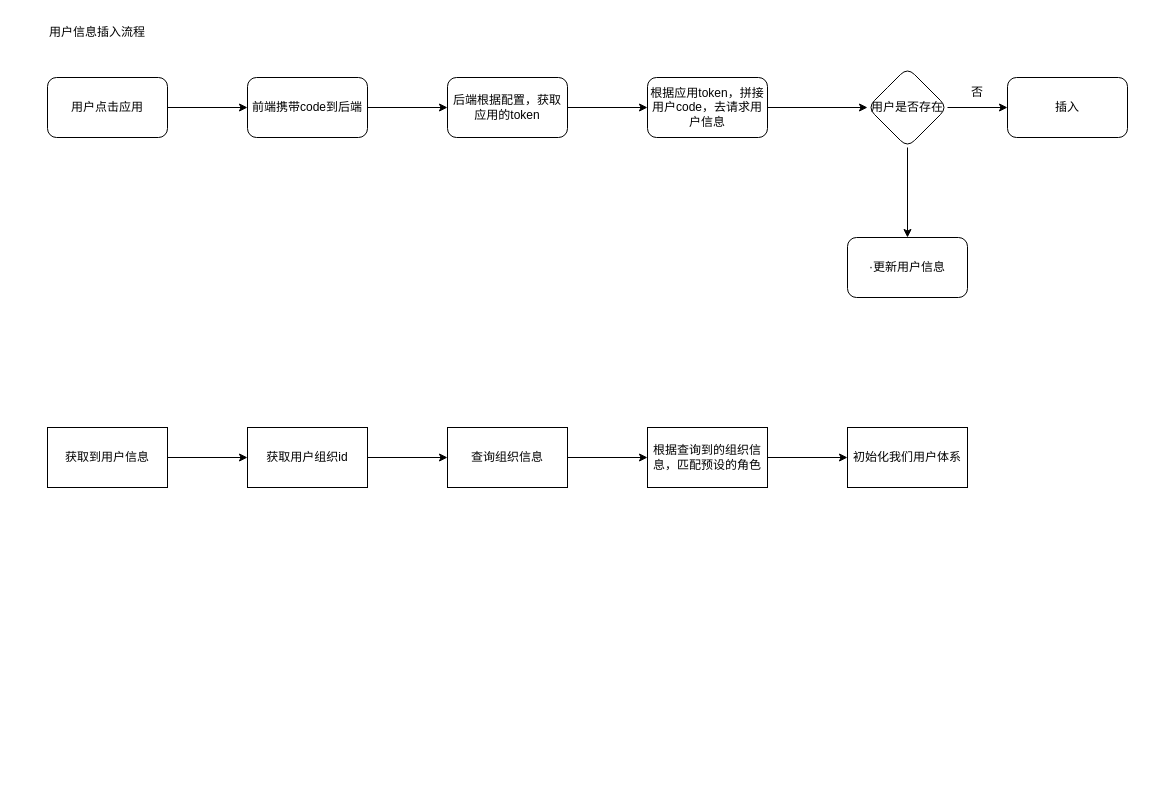
Above: qh/一体化平台门户.drawio in shaominghuiwhatsup/graph (draw.io), before the change. Source tidied: cells renumbered, new cells numbered last; positions are measured from the earlier drawing's top-left corner, leaving out a move shared by most shapes. Both pictures are drawn from the tidied source at 100%, with x=0, y=0 at pixel (17, 17).
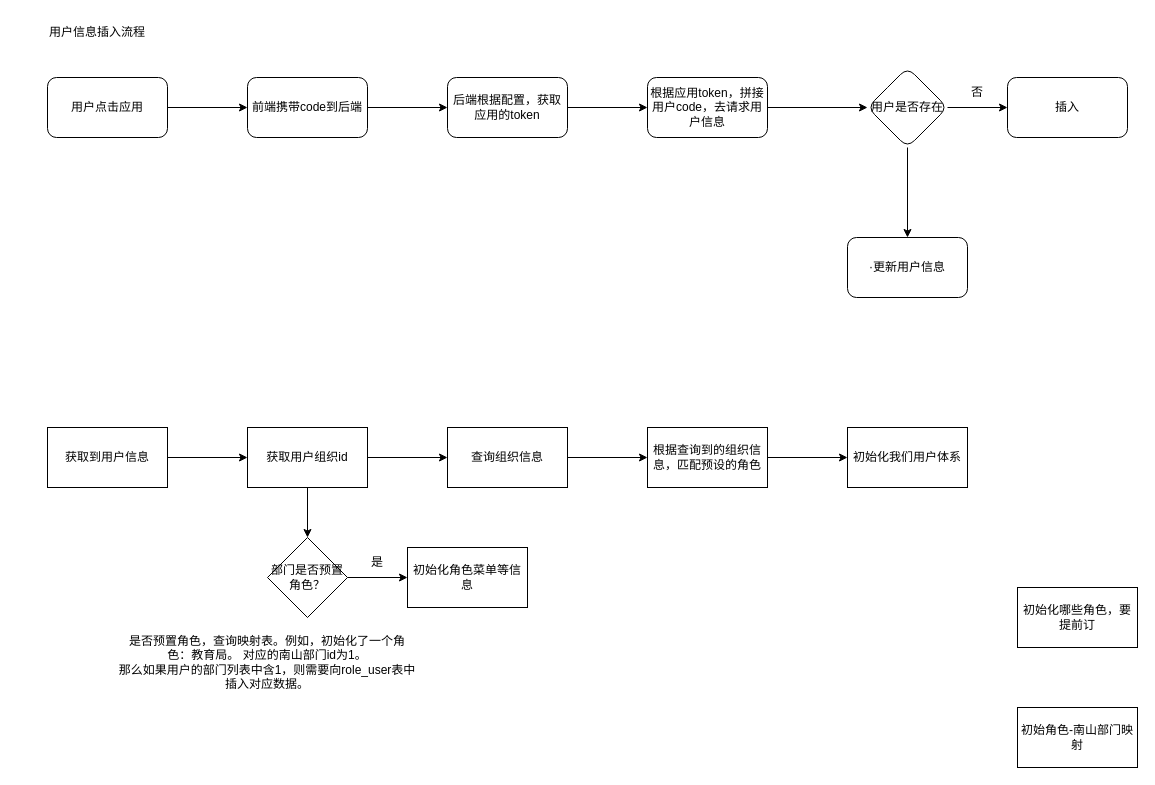
The same page after the edit.

Commit message:
更新一体化平台门户.drawio

Unchanged cells that the change refers to:
```xml
<mxCell id="20" value="获取用户组织id" style="whiteSpace=wrap;html=1;rounded=0;" parent="1" vertex="1">
  <mxGeometry x="230" y="410" width="120" height="60" as="geometry" />
</mxCell>
```

Diff of the diagram source:
```diff
@@
+    <mxCell id="26" style="edgeStyle=orthogonalEdgeStyle;rounded=0;jettySize=auto;html=1;exitX=0.5;exitY=1;exitDx=0;exitDy=0;" parent="1" edge="1" source="20" target="30">
+      <mxGeometry relative="1" as="geometry" />
+    </mxCell>
@@
+    <mxCell id="27" value="初始化哪些角色，要提前订" style="rounded=0;whiteSpace=wrap;html=1;" parent="1" vertex="1">
+      <mxGeometry x="1000" y="570" width="120" height="60" as="geometry" />
+    </mxCell>
+    <mxCell id="28" value="初始角色-南山部门映射" style="rounded=0;whiteSpace=wrap;html=1;" parent="1" vertex="1">
+      <mxGeometry x="1000" y="690" width="120" height="60" as="geometry" />
+    </mxCell>
+    <mxCell id="29" style="edgeStyle=orthogonalEdgeStyle;rounded=0;jettySize=auto;html=1;" parent="1" edge="1" source="30" target="31">
+      <mxGeometry relative="1" as="geometry" />
+    </mxCell>
+    <mxCell id="30" value="部门是否预置角色？" style="rhombus;whiteSpace=wrap;html=1;" parent="1" vertex="1">
+      <mxGeometry x="250" y="520" width="80" height="80" as="geometry" />
+    </mxCell>
+    <mxCell id="31" value="初始化角色菜单等信息" style="whiteSpace=wrap;html=1;" parent="1" vertex="1">
+      <mxGeometry x="390" y="530" width="120" height="60" as="geometry" />
+    </mxCell>
+    <mxCell id="32" value="是" style="text;html=1;align=center;verticalAlign=middle;whiteSpace=wrap;rounded=0;" parent="1" vertex="1">
+      <mxGeometry x="330" y="530" width="60" height="30" as="geometry" />
+    </mxCell>
+    <mxCell id="33" value="是否预置角色，查询映射表。例如，初始化了一个角色：教育局。 对应的南山部门id为1。&lt;div&gt;那么如果用户的部门列表中含1，则需要向role_user表中插入对应数据。&lt;/div&gt;" style="text;html=1;align=center;verticalAlign=middle;whiteSpace=wrap;rounded=0;" parent="1" vertex="1">
+      <mxGeometry x="100" y="590" width="300" height="110" as="geometry" />
+    </mxCell>
```
